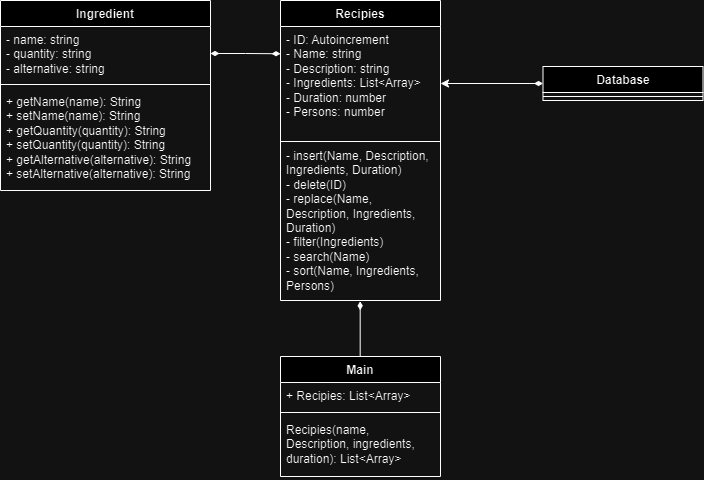
Earlier version of the draw.io export Klassendiagramm.drawio.png (A5TUT0/Rezepte). Source tidied: cells renumbered, new cells last; positions are measured from the earlier drawing's top-left corner, leaving out a move shared by most shapes.
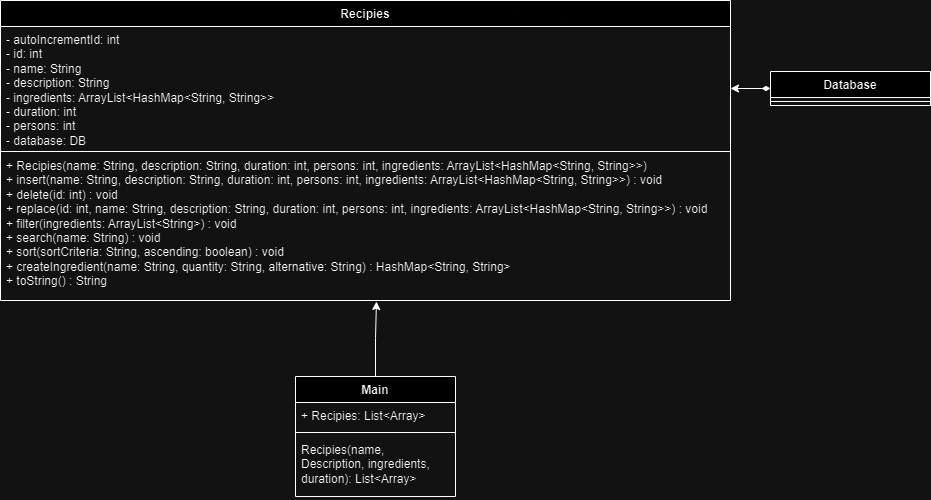
After the change.

Commit message:
Recipies & Klassendiagramm Updates

Diff of the diagram source:
```diff
@@ -3,19 +3,19 @@
     <mxCell id="0" />
     <mxCell id="1" parent="0" />
     <mxCell id="2" value="Recipies" style="swimlane;fontStyle=1;align=center;verticalAlign=top;horizontal=1;startSize=26;whiteSpace=wrap;html=1;" parent="1" vertex="1">
-      <mxGeometry x="280" width="160" height="300" as="geometry" />
+      <mxGeometry x="280" width="730" height="300" as="geometry" />
     </mxCell>
-    <mxCell id="3" value="&lt;div&gt;- ID: Autoincrement&lt;/div&gt;- Name: string&lt;div&gt;- Description: string&lt;br&gt;&lt;div&gt;- Ingredients:&amp;nbsp;&lt;span style=&quot;background-color: initial;&quot;&gt;List&amp;lt;Array&amp;gt;&lt;/span&gt;&lt;/div&gt;&lt;div&gt;- Duration: number&lt;/div&gt;&lt;/div&gt;&lt;div&gt;- Persons: number&lt;/div&gt;" style="text;strokeColor=none;fillColor=none;align=left;verticalAlign=top;spacingLeft=4;spacingRight=4;overflow=hidden;points=[[0,0.5],[1,0.5]];portConstraint=eastwest;whiteSpace=wrap;html=1;" parent="2" vertex="1">
-      <mxGeometry y="26" width="160" height="114" as="geometry" />
+    <mxCell id="3" value="&lt;div&gt;&lt;span style=&quot;background-color: initial;&quot;&gt;- autoIncrementId: int&lt;/span&gt;&lt;/div&gt;&lt;div&gt;&lt;span style=&quot;background-color: initial;&quot;&gt;-&amp;nbsp;&lt;/span&gt;&lt;span style=&quot;background-color: initial;&quot;&gt;id: int&lt;/span&gt;&lt;/div&gt;&lt;div&gt;-&amp;nbsp;name: String   &lt;br&gt;&lt;div&gt;- description: String&lt;br&gt;- ingredients: ArrayList&amp;lt;HashMap&amp;lt;String, String&amp;gt;&amp;gt;&lt;br&gt;- duration: int&lt;br&gt;- persons: int&lt;br&gt;- database: DB&amp;nbsp;&lt;br&gt;&lt;/div&gt;&lt;/div&gt;" style="text;strokeColor=none;fillColor=none;align=left;verticalAlign=top;spacingLeft=4;spacingRight=4;overflow=hidden;points=[[0,0.5],[1,0.5]];portConstraint=eastwest;whiteSpace=wrap;html=1;" parent="2" vertex="1">
+      <mxGeometry y="26" width="730" height="124" as="geometry" />
     </mxCell>
     <mxCell id="4" style="line;strokeWidth=1;fillColor=none;align=left;verticalAlign=middle;spacingTop=-1;spacingLeft=3;spacingRight=3;labelPosition=right;strokeColor=inherit;" parent="2" vertex="1">
-      <mxGeometry y="140" width="160" height="2" as="geometry" />
+      <mxGeometry y="150" width="730" height="2" as="geometry" />
     </mxCell>
-    <mxCell id="5" value="- insert(Name, Description, Ingredients, Duration)&lt;div&gt;- delete(ID)&lt;/div&gt;&lt;div&gt;- replace(Name, Description, Ingredients, Duration&lt;span style=&quot;background-color: initial;&quot;&gt;)&lt;/span&gt;&lt;/div&gt;&lt;div&gt;&lt;span style=&quot;background-color: initial;&quot;&gt;- filter(Ingredients)&lt;/span&gt;&lt;/div&gt;&lt;div&gt;&lt;span style=&quot;background-color: initial;&quot;&gt;- search(Name)&lt;/span&gt;&lt;/div&gt;&lt;div&gt;&lt;span style=&quot;background-color: initial;&quot;&gt;- sort(Name, Ingredients, Persons)&lt;/span&gt;&lt;/div&gt;" style="text;strokeColor=none;fillColor=none;align=left;verticalAlign=top;spacingLeft=4;spacingRight=4;overflow=hidden;points=[[0,0.5],[1,0.5]];portConstraint=eastwest;whiteSpace=wrap;html=1;" parent="2" vertex="1">
-      <mxGeometry y="142" width="160" height="158" as="geometry" />
+    <mxCell id="5" value="+ Recipies(name: String, description: String, duration: int, persons: int, ingredients: ArrayList&amp;lt;HashMap&amp;lt;String, String&amp;gt;&amp;gt;)&lt;br/&gt;+ insert(name: String, description: String, duration: int, persons: int, ingredients: ArrayList&amp;lt;HashMap&amp;lt;String, String&amp;gt;&amp;gt;) : void&lt;br/&gt;+ delete(id: int) : void&lt;br/&gt;+ replace(id: int, name: String, description: String, duration: int, persons: int, ingredients: ArrayList&amp;lt;HashMap&amp;lt;String, String&amp;gt;&amp;gt;) : void&lt;br/&gt;+ filter(ingredients: ArrayList&amp;lt;String&amp;gt;) : void&lt;br/&gt;+ search(name: String) : void&lt;br/&gt;+ sort(sortCriteria: String, ascending: boolean) : void&lt;br/&gt;+ createIngredient(name: String, quantity: String, alternative: String) : HashMap&amp;lt;String, String&amp;gt;&lt;br/&gt;+ toString() : String" style="text;strokeColor=none;fillColor=none;align=left;verticalAlign=top;spacingLeft=4;spacingRight=4;overflow=hidden;points=[[0,0.5],[1,0.5]];portConstraint=eastwest;whiteSpace=wrap;html=1;" parent="2" vertex="1">
+      <mxGeometry y="152" width="730" height="148" as="geometry" />
     </mxCell>
     <mxCell id="6" value="Database" style="swimlane;fontStyle=1;align=center;verticalAlign=top;horizontal=1;startSize=26;whiteSpace=wrap;html=1;" parent="1" vertex="1">
-      <mxGeometry x="542.5" y="66" width="160" height="34" as="geometry" />
+      <mxGeometry x="1050" y="71" width="160" height="34" as="geometry" />
     </mxCell>
     <mxCell id="7" style="line;strokeWidth=1;fillColor=none;align=left;verticalAlign=middle;spacingTop=-1;spacingLeft=3;spacingRight=3;labelPosition=right;strokeColor=inherit;" parent="6" vertex="1">
       <mxGeometry y="26" width="160" height="8" as="geometry" />
@@ -24,7 +24,7 @@
       <mxGeometry relative="1" as="geometry" />
     </mxCell>
     <mxCell id="9" value="Main" style="swimlane;fontStyle=1;align=center;verticalAlign=top;horizontal=1;startSize=26;whiteSpace=wrap;html=1;" parent="1" vertex="1">
-      <mxGeometry x="280" y="356" width="160" height="120" as="geometry" />
+      <mxGeometry x="575" y="376" width="160" height="120" as="geometry" />
     </mxCell>
     <mxCell id="10" value="+ Recipies: List&amp;lt;Array&amp;gt;" style="text;strokeColor=none;fillColor=none;align=left;verticalAlign=top;spacingLeft=4;spacingRight=4;overflow=hidden;whiteSpace=wrap;html=1;" parent="9" vertex="1">
       <mxGeometry y="26" width="160" height="26" as="geometry" />
@@ -35,27 +35,8 @@
     <mxCell id="12" value="Recipies(name, Description, ingredients, duration): List&amp;lt;Array&amp;gt;" style="text;strokeColor=none;fillColor=none;align=left;verticalAlign=top;spacingLeft=4;spacingRight=4;overflow=hidden;whiteSpace=wrap;html=1;" parent="9" vertex="1">
       <mxGeometry y="60" width="160" height="60" as="geometry" />
     </mxCell>
-    <mxCell id="13" style="edgeStyle=orthogonalEdgeStyle;rounded=0;jettySize=auto;html=1;entryX=0.498;entryY=1.005;entryDx=0;entryDy=0;entryPerimeter=0;endArrow=diamondThin;endFill=1;" parent="1" edge="1" source="9" target="5">
-      <mxGeometry relative="1" as="geometry">
-        <Array as="points">
-          <mxPoint x="360" y="301" />
-        </Array>
-      </mxGeometry>
+    <mxCell id="13" style="edgeStyle=orthogonalEdgeStyle;rounded=0;jettySize=auto;html=1;entryX=0.515;entryY=1.007;entryDx=0;entryDy=0;entryPerimeter=0;" parent="1" edge="1" source="9" target="5">
+      <mxGeometry relative="1" as="geometry" />
     </mxCell>
-    <mxCell id="14" value="Ingredient" style="swimlane;fontStyle=1;align=center;verticalAlign=top;horizontal=1;startSize=26;whiteSpace=wrap;html=1;" parent="1" vertex="1">
-      <mxGeometry width="210" height="190" as="geometry" />
-    </mxCell>
-    <mxCell id="15" value="- name: string&lt;div&gt;- quantity: string&lt;/div&gt;&lt;div&gt;-&amp;nbsp;alternative: string&lt;/div&gt;" style="text;strokeColor=none;fillColor=none;align=left;verticalAlign=top;spacingLeft=4;spacingRight=4;overflow=hidden;points=[[0,0.5],[1,0.5]];portConstraint=eastwest;whiteSpace=wrap;html=1;" parent="14" vertex="1">
-      <mxGeometry y="26" width="210" height="54" as="geometry" />
-    </mxCell>
-    <mxCell id="16" style="line;strokeWidth=1;fillColor=none;align=left;verticalAlign=middle;spacingTop=-1;spacingLeft=3;spacingRight=3;labelPosition=right;strokeColor=inherit;" parent="14" vertex="1">
-      <mxGeometry y="80" width="210" height="8" as="geometry" />
-    </mxCell>
-    <mxCell id="17" value="+ getName(name): String&lt;div&gt;+&amp;nbsp;setName(name): String&lt;/div&gt;&lt;div&gt;+&amp;nbsp;getQuantity(quantity): String&lt;/div&gt;&lt;div&gt;+&amp;nbsp;setQuantity(quantity): String&lt;/div&gt;&lt;div&gt;+&amp;nbsp;getAlternative(alternative): String&lt;/div&gt;&lt;div&gt;+&amp;nbsp;setAlternative(alternative): String&lt;/div&gt;" style="text;strokeColor=none;fillColor=none;align=left;verticalAlign=top;spacingLeft=4;spacingRight=4;overflow=hidden;whiteSpace=wrap;html=1;" parent="14" vertex="1">
-      <mxGeometry y="88" width="210" height="102" as="geometry" />
-    </mxCell>
-    <mxCell id="18" style="edgeStyle=orthogonalEdgeStyle;rounded=0;jettySize=auto;html=1;entryX=0;entryY=0.239;entryDx=0;entryDy=0;entryPerimeter=0;startArrow=diamondThin;startFill=1;endArrow=diamondThin;endFill=1;" parent="1" edge="1" source="15" target="3">
-      <mxGeometry relative="1" as="geometry" />
-    </mxCell>
   </root>
 </mxGraphModel>
```
